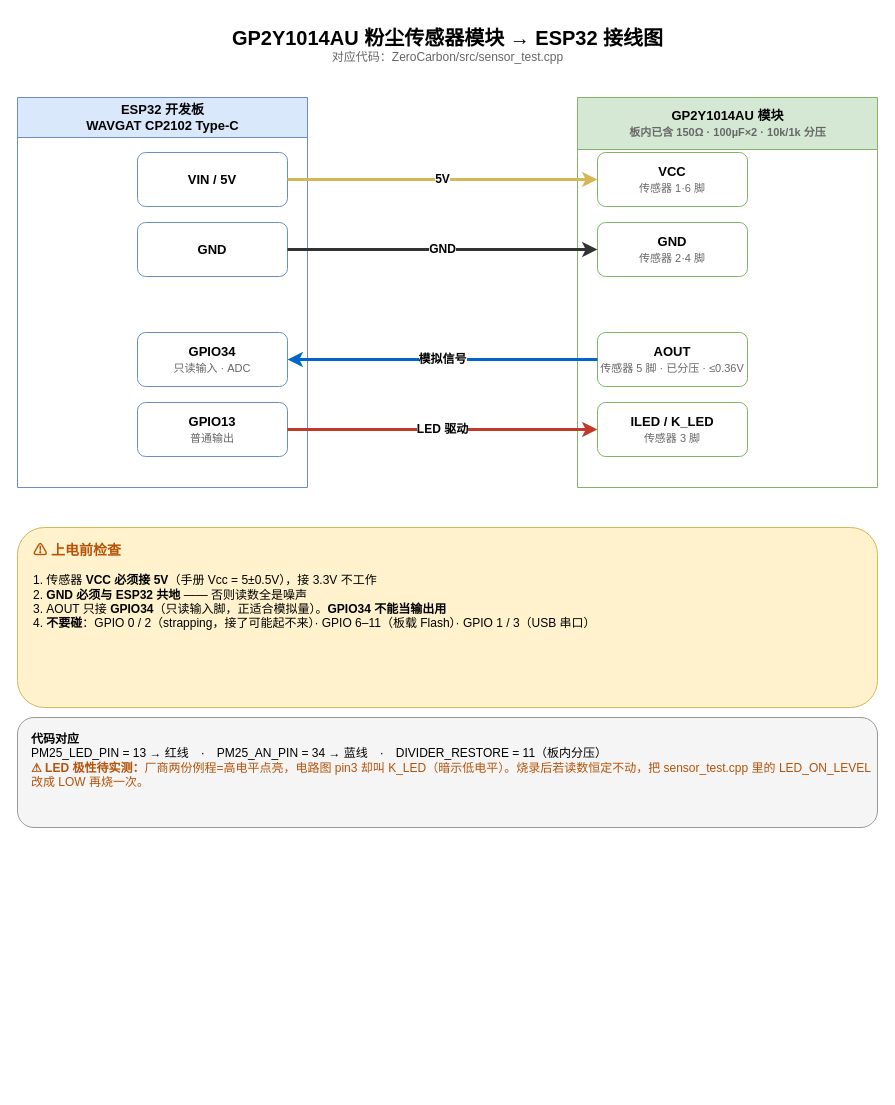
Earlier version of the draw.io diagram 文档/传感器/GP2Y1014AU_ESP32接线图.drawio (kids0cn/esp32_iot_maker). Source tidied: cells renumbered, new cells numbered last; positions are measured from the earlier drawing's top-left corner, leaving out a move shared by most shapes. Both pictures are drawn from the tidied source at 100%, with x=0, y=0 at pixel (17, 17).
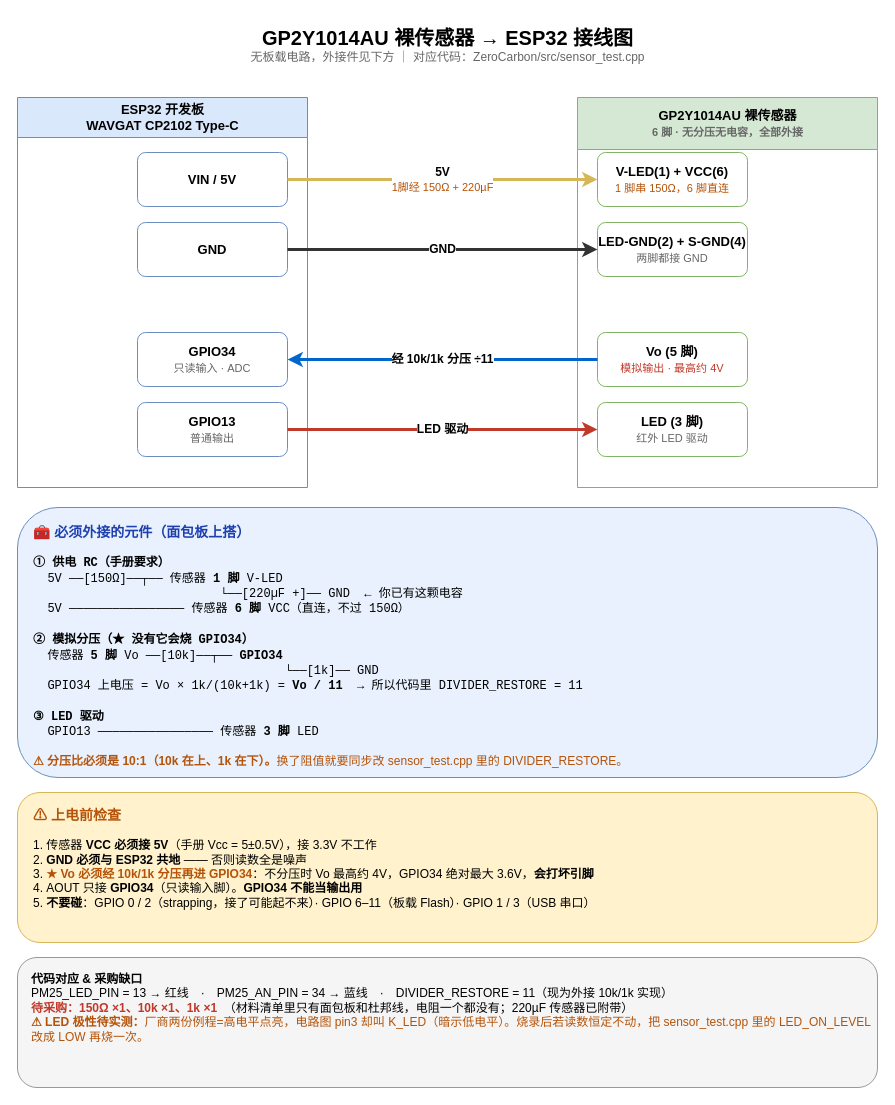
After the change.

Commit message (it also covers changes not shown here):
docs: 接线图与代码改为裸传感器接法，材料清单记入缺失的 3 个电阻

Change to the diagram source:
```diff
@@
 <mxGraphModel>
   <root>
     <mxCell id="0" />
     <mxCell id="1" parent="0" />
-    <mxCell id="2" value="&lt;font style=&quot;font-size: 20px;&quot;&gt;&lt;b&gt;GP2Y1014AU 粉尘传感器模块 → ESP32 接线图&lt;/b&gt;&lt;/font&gt;&lt;br&gt;&lt;font color=&quot;#666666&quot; style=&quot;font-size: 12px;&quot;&gt;对应代码：ZeroCarbon/src/sensor_test.cpp&lt;/font&gt;" style="text;html=1;align=center;verticalAlign=middle;" parent="1" vertex="1">
+    <mxCell id="2" value="&lt;font style=&quot;font-size: 20px;&quot;&gt;&lt;b&gt;GP2Y1014AU 裸传感器 → ESP32 接线图&lt;/b&gt;&lt;/font&gt;&lt;br&gt;&lt;font color=&quot;#666666&quot; style=&quot;font-size: 12px;&quot;&gt;无板载电路，外接件见下方 ｜ 对应代码：ZeroCarbon/src/sensor_test.cpp&lt;/font&gt;" style="text;html=1;align=center;verticalAlign=middle;" parent="1" vertex="1">
       <mxGeometry width="860" height="56" as="geometry" />
     </mxCell>
     <mxCell id="3" value="&lt;b&gt;ESP32 开发板&lt;/b&gt;&lt;br&gt;WAVGAT CP2102 Type-C" style="swimlane;startSize=40;fillColor=#dae8fc;strokeColor=#6c8ebf;fontSize=13;html=1;" parent="1" vertex="1">
       <mxGeometry y="80" width="290" height="390" as="geometry" />
     </mxCell>
     <mxCell id="4" value="&lt;b&gt;VIN / 5V&lt;/b&gt;" style="rounded=1;whiteSpace=wrap;html=1;fillColor=#ffffff;strokeColor=#6c8ebf;fontSize=13;" parent="3" vertex="1">
       <mxGeometry x="120" y="55" width="150" height="54" as="geometry" />
     </mxCell>
     <mxCell id="5" value="&lt;b&gt;GND&lt;/b&gt;" style="rounded=1;whiteSpace=wrap;html=1;fillColor=#ffffff;strokeColor=#6c8ebf;fontSize=13;" parent="3" vertex="1">
       <mxGeometry x="120" y="125" width="150" height="54" as="geometry" />
     </mxCell>
     <mxCell id="6" value="&lt;b&gt;GPIO34&lt;/b&gt;&lt;br&gt;&lt;font color=&quot;#666666&quot; style=&quot;font-size: 11px;&quot;&gt;只读输入 · ADC&lt;/font&gt;" style="rounded=1;whiteSpace=wrap;html=1;fillColor=#ffffff;strokeColor=#6c8ebf;fontSize=13;" parent="3" vertex="1">
       <mxGeometry x="120" y="235" width="150" height="54" as="geometry" />
     </mxCell>
     <mxCell id="7" value="&lt;b&gt;GPIO13&lt;/b&gt;&lt;br&gt;&lt;font color=&quot;#666666&quot; style=&quot;font-size: 11px;&quot;&gt;普通输出&lt;/font&gt;" style="rounded=1;whiteSpace=wrap;html=1;fillColor=#ffffff;strokeColor=#6c8ebf;fontSize=13;" parent="3" vertex="1">
       <mxGeometry x="120" y="305" width="150" height="54" as="geometry" />
     </mxCell>
-    <mxCell id="8" value="&lt;b&gt;GP2Y1014AU 模块&lt;/b&gt;&lt;br&gt;&lt;font color=&quot;#666666&quot; style=&quot;font-size: 11px;&quot;&gt;板内已含 150Ω · 100µF×2 · 10k/1k 分压&lt;/font&gt;" style="swimlane;startSize=52;fillColor=#d5e8d4;strokeColor=#82b366;fontSize=13;html=1;" parent="1" vertex="1">
-      <mxGeometry x="560" y="80" width="300" height="390" as="geometry" />
-    </mxCell>
-    <mxCell id="9" value="&lt;b&gt;VCC&lt;/b&gt;&lt;br&gt;&lt;font color=&quot;#666666&quot; style=&quot;font-size: 11px;&quot;&gt;传感器 1·6 脚&lt;/font&gt;" style="rounded=1;whiteSpace=wrap;html=1;fillColor=#ffffff;strokeColor=#82b366;fontSize=13;" parent="8" vertex="1">
-      <mxGeometry x="20" y="55" width="150" height="54" as="geometry" />
-    </mxCell>
-    <mxCell id="10" value="&lt;b&gt;GND&lt;/b&gt;&lt;br&gt;&lt;font color=&quot;#666666&quot; style=&quot;font-size: 11px;&quot;&gt;传感器 2·4 脚&lt;/font&gt;" style="rounded=1;whiteSpace=wrap;html=1;fillColor=#ffffff;strokeColor=#82b366;fontSize=13;" parent="8" vertex="1">
-      <mxGeometry x="20" y="125" width="150" height="54" as="geometry" />
-    </mxCell>
-    <mxCell id="11" value="&lt;b&gt;AOUT&lt;/b&gt;&lt;br&gt;&lt;font color=&quot;#666666&quot; style=&quot;font-size: 11px;&quot;&gt;传感器 5 脚 · 已分压 · ≤0.36V&lt;/font&gt;" style="rounded=1;whiteSpace=wrap;html=1;fillColor=#ffffff;strokeColor=#82b366;fontSize=13;" parent="8" vertex="1">
-      <mxGeometry x="20" y="235" width="150" height="54" as="geometry" />
-    </mxCell>
-    <mxCell id="12" value="&lt;b&gt;ILED / K_LED&lt;/b&gt;&lt;br&gt;&lt;font color=&quot;#666666&quot; style=&quot;font-size: 11px;&quot;&gt;传感器 3 脚&lt;/font&gt;" style="rounded=1;whiteSpace=wrap;html=1;fillColor=#ffffff;strokeColor=#82b366;fontSize=13;" parent="8" vertex="1">
-      <mxGeometry x="20" y="305" width="150" height="54" as="geometry" />
-    </mxCell>
+    <mxCell id="19" value="&lt;b&gt;GP2Y1014AU 裸传感器&lt;/b&gt;&lt;br&gt;&lt;font color=&quot;#666666&quot; style=&quot;font-size: 11px;&quot;&gt;6 脚 · 无分压无电容，全部外接&lt;/font&gt;" style="swimlane;startSize=52;fillColor=#d5e8d4;strokeColor=#82b366;fontSize=13;html=1;" parent="1" vertex="1">
+      <mxGeometry x="560" y="80" width="300" height="390" as="geometry" />
+    </mxCell>
+    <mxCell id="20" value="&lt;b&gt;V-LED(1) + VCC(6)&lt;/b&gt;&lt;br&gt;&lt;font color=&quot;#b45309&quot; style=&quot;font-size: 11px;&quot;&gt;1 脚串 150Ω，6 脚直连&lt;/font&gt;" style="rounded=1;whiteSpace=wrap;html=1;fillColor=#ffffff;strokeColor=#82b366;fontSize=13;" parent="19" vertex="1">
+      <mxGeometry x="20" y="55" width="150" height="54" as="geometry" />
+    </mxCell>
+    <mxCell id="21" value="&lt;b&gt;LED-GND(2) + S-GND(4)&lt;/b&gt;&lt;br&gt;&lt;font color=&quot;#666666&quot; style=&quot;font-size: 11px;&quot;&gt;两脚都接 GND&lt;/font&gt;" style="rounded=1;whiteSpace=wrap;html=1;fillColor=#ffffff;strokeColor=#82b366;fontSize=13;" parent="19" vertex="1">
+      <mxGeometry x="20" y="125" width="150" height="54" as="geometry" />
+    </mxCell>
+    <mxCell id="22" value="&lt;b&gt;Vo (5 脚)&lt;/b&gt;&lt;br&gt;&lt;font color=&quot;#c0392b&quot; style=&quot;font-size: 11px;&quot;&gt;模拟输出 · 最高约 4V&lt;/font&gt;" style="rounded=1;whiteSpace=wrap;html=1;fillColor=#ffffff;strokeColor=#82b366;fontSize=13;" parent="19" vertex="1">
+      <mxGeometry x="20" y="235" width="150" height="54" as="geometry" />
+    </mxCell>
+    <mxCell id="23" value="&lt;b&gt;LED (3 脚)&lt;/b&gt;&lt;br&gt;&lt;font color=&quot;#666666&quot; style=&quot;font-size: 11px;&quot;&gt;红外 LED 驱动&lt;/font&gt;" style="rounded=1;whiteSpace=wrap;html=1;fillColor=#ffffff;strokeColor=#82b366;fontSize=13;" parent="19" vertex="1">
+      <mxGeometry x="20" y="305" width="150" height="54" as="geometry" />
+    </mxCell>
-    <mxCell id="13" value="&lt;b&gt;5V&lt;/b&gt;" style="edgeStyle=orthogonalEdgeStyle;rounded=1;html=1;strokeColor=#d6b656;strokeWidth=3;fontSize=12;" parent="1" edge="1" source="4" target="9">
+    <mxCell id="13" value="&lt;b&gt;5V&lt;/b&gt;&lt;br&gt;&lt;font color=&quot;#b45309&quot; style=&quot;font-size: 11px;&quot;&gt;1脚经 150Ω + 220µF&lt;/font&gt;" style="edgeStyle=orthogonalEdgeStyle;rounded=1;html=1;strokeColor=#d6b656;strokeWidth=3;fontSize=12;" parent="1" edge="1" source="4" target="20">
       <mxGeometry relative="1" as="geometry" />
     </mxCell>
-    <mxCell id="14" value="&lt;b&gt;GND&lt;/b&gt;" style="edgeStyle=orthogonalEdgeStyle;rounded=1;html=1;strokeColor=#333333;strokeWidth=3;fontSize=12;" parent="1" edge="1" source="5" target="10">
+    <mxCell id="14" value="&lt;b&gt;GND&lt;/b&gt;" style="edgeStyle=orthogonalEdgeStyle;rounded=1;html=1;strokeColor=#333333;strokeWidth=3;fontSize=12;" parent="1" edge="1" source="5" target="21">
       <mxGeometry relative="1" as="geometry" />
     </mxCell>
-    <mxCell id="15" value="&lt;b&gt;模拟信号&lt;/b&gt;" style="edgeStyle=orthogonalEdgeStyle;rounded=1;html=1;strokeColor=#0066cc;strokeWidth=3;fontSize=12;endArrow=classic;" parent="1" edge="1" source="11" target="6">
-      <mxGeometry relative="1" as="geometry" />
-    </mxCell>
+    <mxCell id="24" value="&lt;b&gt;经 10k/1k 分压 ÷11&lt;/b&gt;" style="edgeStyle=orthogonalEdgeStyle;rounded=1;html=1;strokeColor=#0066cc;strokeWidth=3;fontSize=12;endArrow=classic;" parent="1" edge="1" source="22" target="6">
+      <mxGeometry relative="1" as="geometry" />
+    </mxCell>
-    <mxCell id="16" value="&lt;b&gt;LED 驱动&lt;/b&gt;" style="edgeStyle=orthogonalEdgeStyle;rounded=1;html=1;strokeColor=#c0392b;strokeWidth=3;fontSize=12;endArrow=classic;" parent="1" edge="1" source="7" target="12">
+    <mxCell id="16" value="&lt;b&gt;LED 驱动&lt;/b&gt;" style="edgeStyle=orthogonalEdgeStyle;rounded=1;html=1;strokeColor=#c0392b;strokeWidth=3;fontSize=12;endArrow=classic;" parent="1" edge="1" source="7" target="23">
       <mxGeometry relative="1" as="geometry" />
     </mxCell>
+    <mxCell id="25" value="&lt;b style=&quot;font-size:14px;color:#1e40af&quot;&gt;🧰 必须外接的元件（面包板上搭）&lt;/b&gt;&lt;br&gt;&lt;br&gt;&lt;font face=&quot;monospace&quot; style=&quot;font-size:12px&quot;&gt;&lt;b&gt;① 供电 RC（手册要求）&lt;/b&gt;&lt;br&gt;&amp;nbsp;&amp;nbsp;5V ──[150Ω]──┬── 传感器 &lt;b&gt;1 脚&lt;/b&gt; V-LED&lt;br&gt;&amp;nbsp;&amp;nbsp;&amp;nbsp;&amp;nbsp;&amp;nbsp;&amp;nbsp;&amp;nbsp;&amp;nbsp;&amp;nbsp;&amp;nbsp;&amp;nbsp;&amp;nbsp;&amp;nbsp;&amp;nbsp;&amp;nbsp;&amp;nbsp;&amp;nbsp;&amp;nbsp;&amp;nbsp;&amp;nbsp;&amp;nbsp;&amp;nbsp;&amp;nbsp;&amp;nbsp;&amp;nbsp;&amp;nbsp;└──[220µF +]── GND&amp;nbsp;&amp;nbsp;← 你已有这颗电容&lt;br&gt;&amp;nbsp;&amp;nbsp;5V ──────────────── 传感器 &lt;b&gt;6 脚&lt;/b&gt; VCC（直连，不过 150Ω）&lt;br&gt;&lt;br&gt;&lt;b&gt;② 模拟分压（★ 没有它会烧 GPIO34）&lt;/b&gt;&lt;br&gt;&amp;nbsp;&amp;nbsp;传感器 &lt;b&gt;5 脚&lt;/b&gt; Vo ──[10k]──┬── &lt;b&gt;GPIO34&lt;/b&gt;&lt;br&gt;&amp;nbsp;&amp;nbsp;&amp;nbsp;&amp;nbsp;&amp;nbsp;&amp;nbsp;&amp;nbsp;&amp;nbsp;&amp;nbsp;&amp;nbsp;&amp;nbsp;&amp;nbsp;&amp;nbsp;&amp;nbsp;&amp;nbsp;&amp;nbsp;&amp;nbsp;&amp;nbsp;&amp;nbsp;&amp;nbsp;&amp;nbsp;&amp;nbsp;&amp;nbsp;&amp;nbsp;&amp;nbsp;&amp;nbsp;&amp;nbsp;&amp;nbsp;&amp;nbsp;&amp;nbsp;&amp;nbsp;&amp;nbsp;&amp;nbsp;&amp;nbsp;&amp;nbsp;└──[1k]── GND&lt;br&gt;&amp;nbsp;&amp;nbsp;GPIO34 上电压 = Vo × 1k/(10k+1k) = &lt;b&gt;Vo / 11&lt;/b&gt;&amp;nbsp;&amp;nbsp;→ 所以代码里 DIVIDER_RESTORE = 11&lt;br&gt;&lt;br&gt;&lt;b&gt;③ LED 驱动&lt;/b&gt;&lt;br&gt;&amp;nbsp;&amp;nbsp;GPIO13 ──────────────── 传感器 &lt;b&gt;3 脚&lt;/b&gt; LED&lt;/font&gt;&lt;br&gt;&lt;br&gt;&lt;font color=&quot;#b45309&quot;&gt;&lt;b&gt;⚠ 分压比必须是 10:1（10k 在上、1k 在下）。&lt;/b&gt;换了阻值就要同步改 sensor_test.cpp 里的 DIVIDER_RESTORE。&lt;/font&gt;" style="rounded=1;whiteSpace=wrap;html=1;fillColor=#e8f1fd;strokeColor=#6c8ebf;align=left;verticalAlign=top;spacingLeft=14;spacingTop=10;fontSize=12;" parent="1" vertex="1">
+      <mxGeometry y="490" width="860" height="270" as="geometry" />
+    </mxCell>
-    <mxCell id="17" value="&lt;b style=&quot;color:#b45309;font-size:14px&quot;&gt;⚠ 上电前检查&lt;/b&gt;&lt;br&gt;&lt;br&gt;1. 传感器 &lt;b&gt;VCC 必须接 5V&lt;/b&gt;（手册 Vcc = 5±0.5V），接 3.3V 不工作&lt;br&gt;2. &lt;b&gt;GND 必须与 ESP32 共地&lt;/b&gt; —— 否则读数全是噪声&lt;br&gt;3. AOUT 只接 &lt;b&gt;GPIO34&lt;/b&gt;（只读输入脚，正适合模拟量）。&lt;b&gt;GPIO34 不能当输出用&lt;/b&gt;&lt;br&gt;4. &lt;b&gt;不要碰&lt;/b&gt;：GPIO 0 / 2（strapping，接了可能起不来）· GPIO 6–11（板载 Flash）· GPIO 1 / 3（USB 串口）" style="rounded=1;whiteSpace=wrap;html=1;fillColor=#fff2cc;strokeColor=#d6b656;align=left;verticalAlign=top;spacingLeft=14;spacingTop=8;fontSize=12;" parent="1" vertex="1">
-      <mxGeometry y="510" width="860" height="180" as="geometry" />
+    <mxCell id="17" value="&lt;b style=&quot;color:#b45309;font-size:14px&quot;&gt;⚠ 上电前检查&lt;/b&gt;&lt;br&gt;&lt;br&gt;1. 传感器 &lt;b&gt;VCC 必须接 5V&lt;/b&gt;（手册 Vcc = 5±0.5V），接 3.3V 不工作&lt;br&gt;2. &lt;b&gt;GND 必须与 ESP32 共地&lt;/b&gt; —— 否则读数全是噪声&lt;br&gt;3. &lt;b style=&quot;color:#b45309&quot;&gt;★ Vo 必须经 10k/1k 分压再进 GPIO34&lt;/b&gt;：不分压时 Vo 最高约 4V，GPIO34 绝对最大 3.6V，&lt;b&gt;会打坏引脚&lt;/b&gt;&lt;br&gt;4. AOUT 只接 &lt;b&gt;GPIO34&lt;/b&gt;（只读输入脚）。&lt;b&gt;GPIO34 不能当输出用&lt;/b&gt;&lt;br&gt;5. &lt;b&gt;不要碰&lt;/b&gt;：GPIO 0 / 2（strapping，接了可能起不来）· GPIO 6–11（板载 Flash）· GPIO 1 / 3（USB 串口）" style="rounded=1;whiteSpace=wrap;html=1;fillColor=#fff2cc;strokeColor=#d6b656;align=left;verticalAlign=top;spacingLeft=14;spacingTop=8;fontSize=12;" parent="1" vertex="1">
+      <mxGeometry y="775" width="860" height="150" as="geometry" />
     </mxCell>
-    <mxCell id="18" value="&lt;b&gt;代码对应&lt;/b&gt;&lt;br&gt;PM25_LED_PIN = 13 → 红线　·　PM25_AN_PIN = 34 → 蓝线　·　DIVIDER_RESTORE = 11（板内分压）&lt;br&gt;&lt;font color=&quot;#b45309&quot;&gt;&lt;b&gt;⚠ LED 极性待实测：&lt;/b&gt;厂商两份例程=高电平点亮，电路图 pin3 却叫 K_LED（暗示低电平）。烧录后若读数恒定不动，把 sensor_test.cpp 里的 LED_ON_LEVEL 改成 LOW 再烧一次。&lt;/font&gt;" style="rounded=1;whiteSpace=wrap;html=1;fillColor=#f5f5f5;strokeColor=#999999;align=left;verticalAlign=top;spacingLeft=12;spacingTop=8;fontSize=12;" parent="1" vertex="1">
-      <mxGeometry y="700" width="860" height="110" as="geometry" />
+    <mxCell id="18" value="&lt;b&gt;代码对应 &amp; 采购缺口&lt;/b&gt;&lt;br&gt;PM25_LED_PIN = 13 → 红线　·　PM25_AN_PIN = 34 → 蓝线　·　DIVIDER_RESTORE = 11（现为外接 10k/1k 实现）&lt;br&gt;&lt;font color=&quot;#c0392b&quot;&gt;&lt;b&gt;待采购：150Ω ×1、10k ×1、1k ×1&lt;/b&gt;&lt;/font&gt;&amp;nbsp;&amp;nbsp;（材料清单里只有面包板和杜邦线，电阻一个都没有；220µF 传感器已附带）&lt;br&gt;&lt;font color=&quot;#b45309&quot;&gt;&lt;b&gt;⚠ LED 极性待实测：&lt;/b&gt;厂商两份例程=高电平点亮，电路图 pin3 却叫 K_LED（暗示低电平）。烧录后若读数恒定不动，把 sensor_test.cpp 里的 LED_ON_LEVEL 改成 LOW 再烧一次。&lt;/font&gt;" style="rounded=1;whiteSpace=wrap;html=1;fillColor=#f5f5f5;strokeColor=#999999;align=left;verticalAlign=top;spacingLeft=12;spacingTop=8;fontSize=12;" parent="1" vertex="1">
+      <mxGeometry y="940" width="860" height="130" as="geometry" />
     </mxCell>
   </root>
 </mxGraphModel>
```
